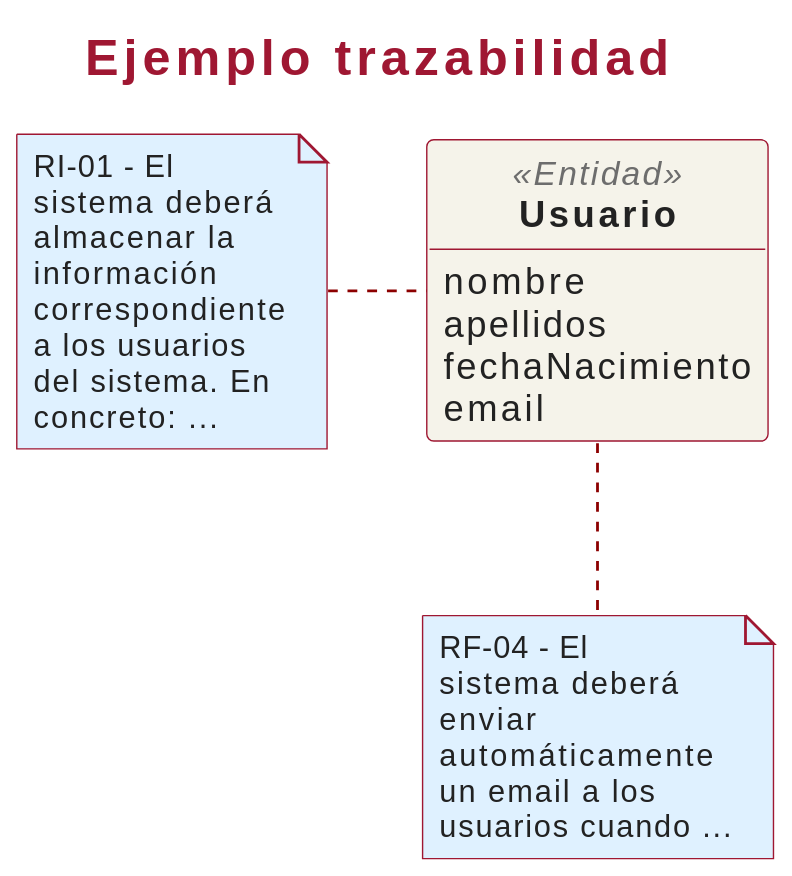
This is assets/slides/iissi1/t6-introduccion-al-modelado-conceptual/puml/dc-trazabilidad.svg from IISSI-US/web, a PlantUML export, as it was before one commit. Source of this version:
```plantuml
@startuml
title Ejemplo trazabilidad

!include ../../puml/teoria.iuml

!include Usuario.iuml

note left of Usuario
RI-01 - El
sistema deberá
almacenar la
información
correspondiente
a los usuarios
del sistema. En
concreto: ...
end note

note bottom of Usuario
RF-04 - El
sistema deberá
enviar
automáticamente
un email a los
usuarios cuando ...
end note
@enduml
```
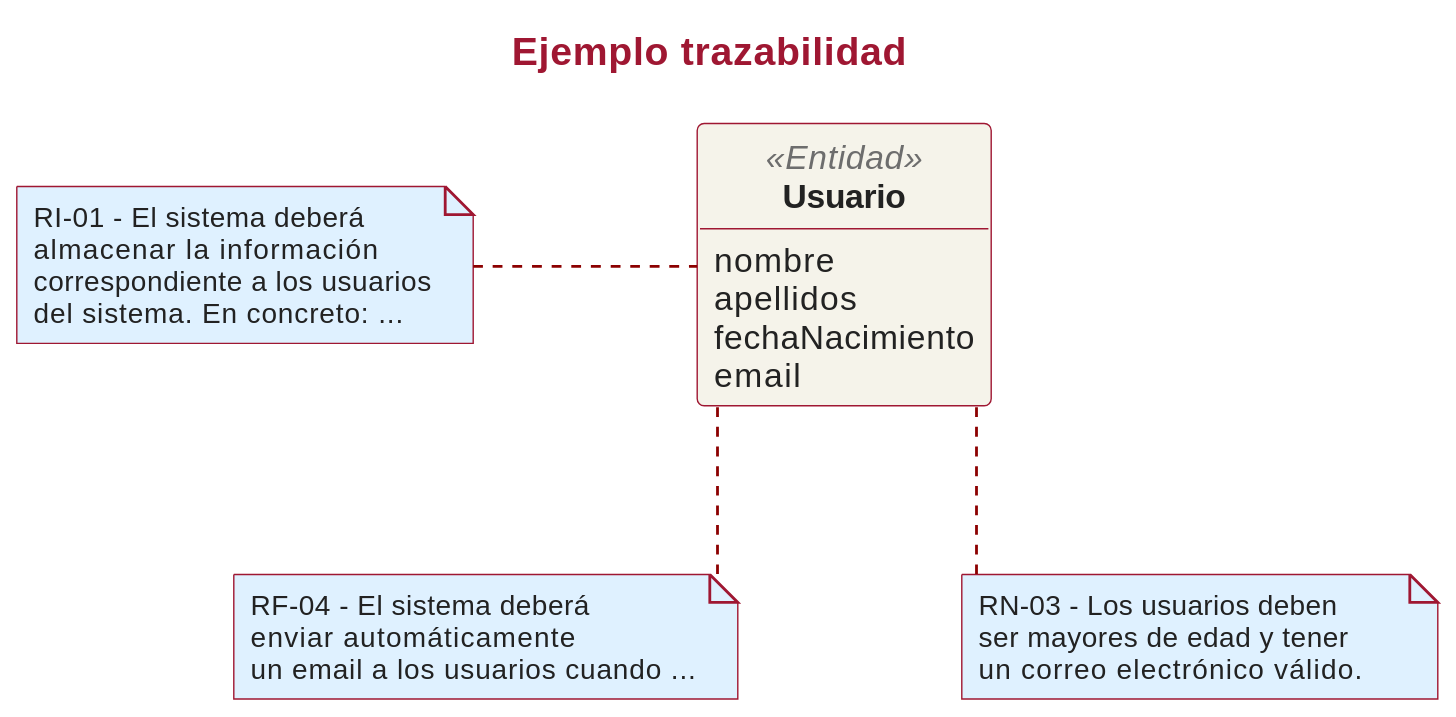
The same diagram one commit later.

Change to the diagram source:
```diff
@@ -6,22 +6,21 @@
 !include Usuario.iuml
 
 note left of Usuario
-RI-01 - El
-sistema deberá
-almacenar la
-información
-correspondiente
-a los usuarios
-del sistema. En
-concreto: ...
+RI-01 - El sistema deberá
+almacenar la información
+correspondiente a los usuarios
+del sistema. En concreto: ...
 end note
 
 note bottom of Usuario
-RF-04 - El
-sistema deberá
-enviar
-automáticamente
-un email a los
-usuarios cuando ...
+RF-04 - El sistema deberá
+enviar automáticamente
+un email a los usuarios cuando ...
+end note
+
+note bottom of Usuario
+RN-03 - Los usuarios deben
+ser mayores de edad y tener
+un correo electrónico válido.
 end note
 @enduml
```
